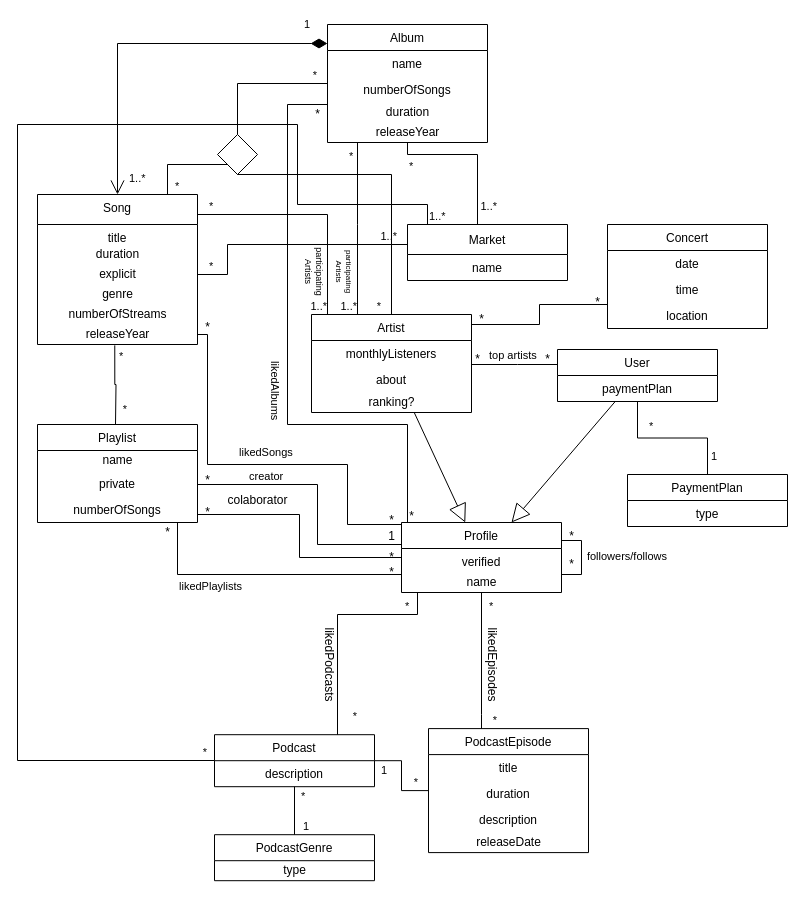
This is page "Page-1" (1 of 2) of Spotify-class-diag.drawio from Naapperas/feup-bd, a draw.io file, before an edit. Source tidied: cells renumbered, new cells numbered last; positions are measured from the earlier drawing's top-left corner, leaving out a move shared by most shapes. Both pictures are drawn from the tidied source at 100%, with x=0, y=0 at pixel (17, 24).
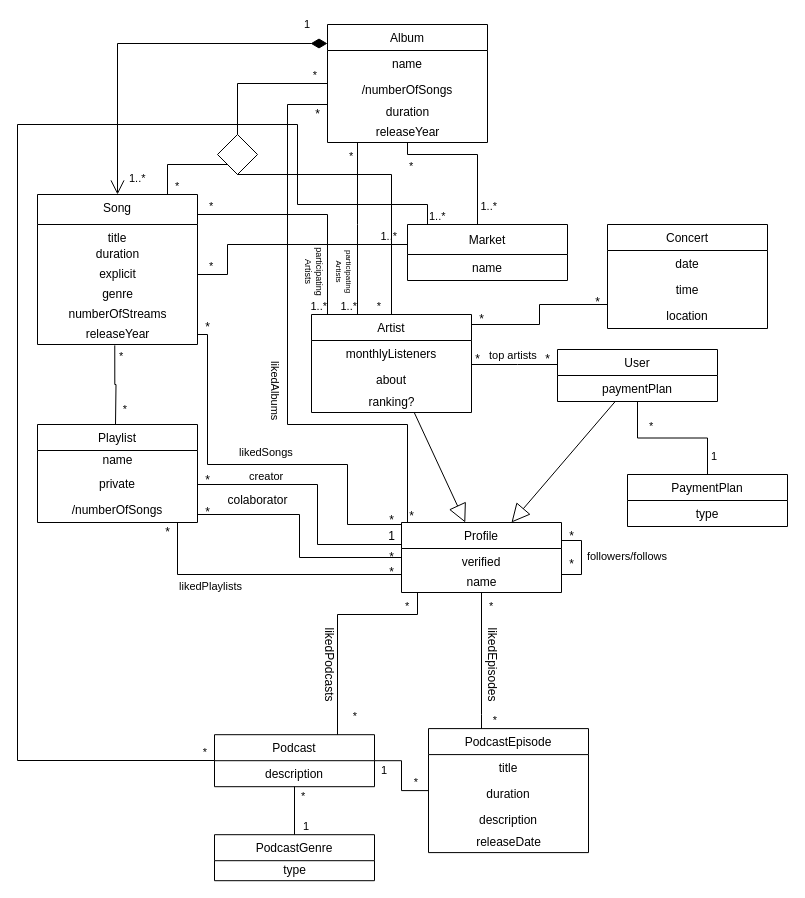
After the change.

Commit message:
Added new sketch for UML

The change refers to these unchanged cells:
```xml
<mxCell id="11" value="Album" style="swimlane;fontStyle=0;horizontal=1;startSize=26;fillColor=none;align=center;" parent="1" vertex="1">
  <mxGeometry x="310" width="160" height="118" as="geometry" />
</mxCell>
<mxCell id="29" value="Playlist" style="swimlane;fontStyle=0;horizontal=1;startSize=26;fillColor=none;align=center;" parent="1" vertex="1">
  <mxGeometry x="20" y="400" width="160" height="98" as="geometry" />
</mxCell>
```

Change to the diagram source:
```diff
@@
-    <mxCell id="13" value="numberOfSongs" style="text;strokeColor=none;fillColor=none;align=center;verticalAlign=top;spacingLeft=4;spacingRight=4;overflow=hidden;" parent="11" vertex="1">
+    <mxCell id="13" value="/numberOfSongs" style="text;strokeColor=none;fillColor=none;align=center;verticalAlign=top;spacingLeft=4;spacingRight=4;overflow=hidden;" parent="11" vertex="1">
       <mxGeometry y="52" width="160" height="26" as="geometry" />
     </mxCell>
@@
-    <mxCell id="32" value="numberOfSongs" style="text;strokeColor=none;fillColor=none;align=center;verticalAlign=top;spacingLeft=4;spacingRight=4;overflow=hidden;" parent="29" vertex="1">
+    <mxCell id="32" value="/numberOfSongs" style="text;strokeColor=none;fillColor=none;align=center;verticalAlign=top;spacingLeft=4;spacingRight=4;overflow=hidden;" parent="29" vertex="1">
       <mxGeometry y="72" width="160" height="26" as="geometry" />
     </mxCell>
```
